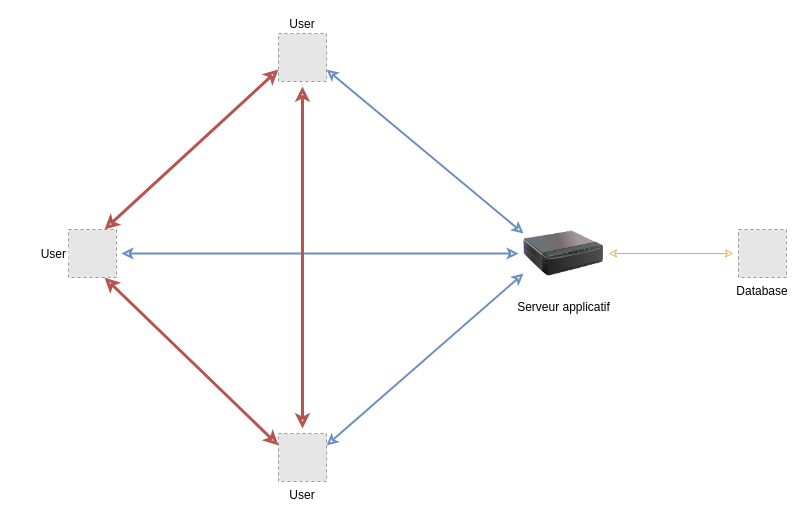
This is page "Archi" (1 of 7) of schéma/ArchiReseau.drawio from stephannicolas96/dossierPro, a draw.io file, before an edit. Source tidied: cells renumbered, new cells numbered last; positions are measured from the earlier drawing's top-left corner, leaving out a move shared by most shapes. Both pictures are drawn from the tidied source at 100%, with x=0, y=0 at pixel (68, 33). Pictures stored in the file or linked from it are replaced by grey dashed boxes.
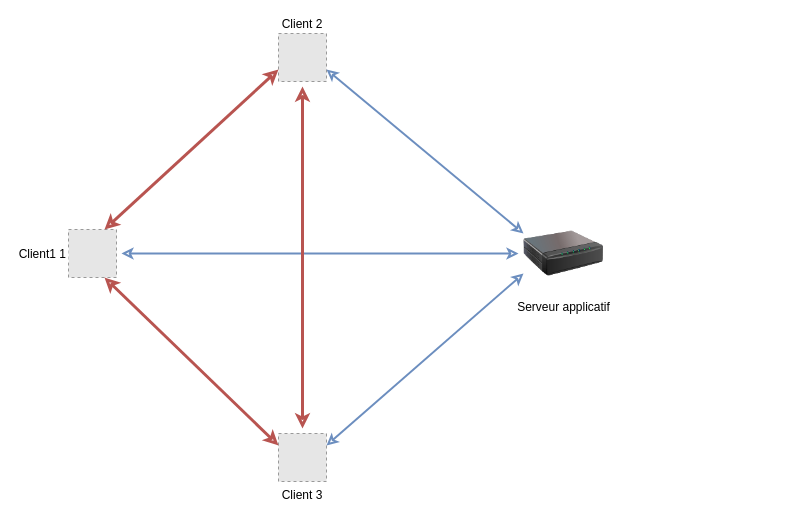
The same diagram, later.

Diff of the diagram source:
```diff
@@
 <mxGraphModel>
   <root>
     <mxCell id="0" />
     <mxCell id="1" parent="0" />
     <mxCell id="2" style="edgeStyle=none;rounded=0;jettySize=auto;html=1;sourcePerimeterSpacing=5;endArrow=classic;endFill=0;targetPerimeterSpacing=5;fillColor=#dae8fc;strokeColor=#6c8ebf;startArrow=classic;startFill=0;strokeWidth=2;" parent="1" edge="1" source="5" target="6">
       <mxGeometry relative="1" as="geometry" />
     </mxCell>
-    <mxCell id="3" style="edgeStyle=none;rounded=0;jettySize=auto;html=1;sourcePerimeterSpacing=5;endArrow=classic;endFill=0;targetPerimeterSpacing=5;fillColor=#fff2cc;strokeColor=#d6b656;startArrow=classic;startFill=0;" parent="1" edge="1" source="6" target="4">
-      <mxGeometry relative="1" as="geometry" />
-    </mxCell>
-    <mxCell id="4" value="Database" style="fillColor=#E6E6E6;strokeColor=#999999;dashed=1;verticalLabelPosition=bottom;verticalAlign=top;labelBackgroundColor=#ffffff;" parent="1" vertex="1">
-      <mxGeometry x="670" y="196" width="48" height="48" as="geometry" />
-    </mxCell>
-    <mxCell id="5" value="User" style="fillColor=#E6E6E6;strokeColor=#999999;dashed=1;verticalLabelPosition=middle;verticalAlign=middle;labelBackgroundColor=#ffffff;labelPosition=left;align=right;" parent="1" vertex="1">
+    <mxCell id="5" value="Client1 1" style="fillColor=#E6E6E6;strokeColor=#999999;dashed=1;verticalLabelPosition=middle;verticalAlign=middle;labelBackgroundColor=#ffffff;labelPosition=left;align=right;" parent="1" vertex="1">
       <mxGeometry y="196" width="48" height="48" as="geometry" />
     </mxCell>
     <mxCell id="6" value="Serveur applicatif" style="image;html=1;image=img/lib/clip_art/networking/Print_Server_128x128.png;" parent="1" vertex="1">
       <mxGeometry x="455" y="180" width="80" height="80" as="geometry" />
     </mxCell>
-    <mxCell id="7" value="User" style="fillColor=#E6E6E6;strokeColor=#999999;dashed=1;verticalLabelPosition=top;verticalAlign=bottom;labelBackgroundColor=#ffffff;labelPosition=center;align=center;" parent="1" vertex="1">
+    <mxCell id="7" value="Client 2" style="fillColor=#E6E6E6;strokeColor=#999999;dashed=1;verticalLabelPosition=top;verticalAlign=bottom;labelBackgroundColor=#ffffff;labelPosition=center;align=center;" parent="1" vertex="1">
       <mxGeometry x="210" width="48" height="48" as="geometry" />
     </mxCell>
-    <mxCell id="8" value="User" style="fillColor=#E6E6E6;strokeColor=#999999;dashed=1;verticalLabelPosition=bottom;verticalAlign=top;labelBackgroundColor=#ffffff;" parent="1" vertex="1">
+    <mxCell id="8" value="Client 3" style="fillColor=#E6E6E6;strokeColor=#999999;dashed=1;verticalLabelPosition=bottom;verticalAlign=top;labelBackgroundColor=#ffffff;" parent="1" vertex="1">
       <mxGeometry x="210" y="400" width="48" height="48" as="geometry" />
     </mxCell>
     <mxCell id="9" style="rounded=0;jettySize=auto;html=1;sourcePerimeterSpacing=5;endArrow=classic;endFill=0;targetPerimeterSpacing=5;fillColor=#f8cecc;strokeColor=#B85450;strokeWidth=3;sketch=0;startArrow=classic;startFill=0;" parent="1" edge="1" source="8" target="7">
       <mxGeometry relative="1" as="geometry" />
     </mxCell>
     <mxCell id="10" style="rounded=0;jettySize=auto;html=1;sourcePerimeterSpacing=5;endArrow=classic;endFill=0;targetPerimeterSpacing=5;fillColor=#f8cecc;strokeColor=#B85450;strokeWidth=3;sketch=0;startArrow=classic;startFill=0;entryX=0;entryY=0.75;entryDx=0;entryDy=0;exitX=0.75;exitY=0;exitDx=0;exitDy=0;" parent="1" edge="1" source="5" target="7">
       <mxGeometry relative="1" as="geometry" />
     </mxCell>
     <mxCell id="11" style="rounded=0;jettySize=auto;html=1;sourcePerimeterSpacing=5;endArrow=classic;endFill=0;targetPerimeterSpacing=5;fillColor=#f8cecc;strokeColor=#B85450;strokeWidth=3;sketch=0;startArrow=classic;startFill=0;entryX=0;entryY=0.25;entryDx=0;entryDy=0;exitX=0.75;exitY=1;exitDx=0;exitDy=0;" parent="1" edge="1" source="5" target="8">
       <mxGeometry relative="1" as="geometry" />
     </mxCell>
     <mxCell id="12" style="edgeStyle=none;rounded=0;jettySize=auto;html=1;sourcePerimeterSpacing=5;endArrow=classic;endFill=0;targetPerimeterSpacing=5;fillColor=#dae8fc;strokeColor=#6c8ebf;startArrow=classic;startFill=0;strokeWidth=2;exitX=1;exitY=0.75;exitDx=0;exitDy=0;entryX=0;entryY=0.25;entryDx=0;entryDy=0;" parent="1" edge="1" source="7" target="6">
       <mxGeometry relative="1" as="geometry" />
     </mxCell>
     <mxCell id="13" style="edgeStyle=none;rounded=0;jettySize=auto;html=1;sourcePerimeterSpacing=5;endArrow=classic;endFill=0;targetPerimeterSpacing=5;fillColor=#dae8fc;strokeColor=#6c8ebf;startArrow=classic;startFill=0;strokeWidth=2;exitX=1;exitY=0.25;exitDx=0;exitDy=0;entryX=0;entryY=0.75;entryDx=0;entryDy=0;" parent="1" edge="1" source="8" target="6">
       <mxGeometry relative="1" as="geometry" />
     </mxCell>
   </root>
 </mxGraphModel>
```
